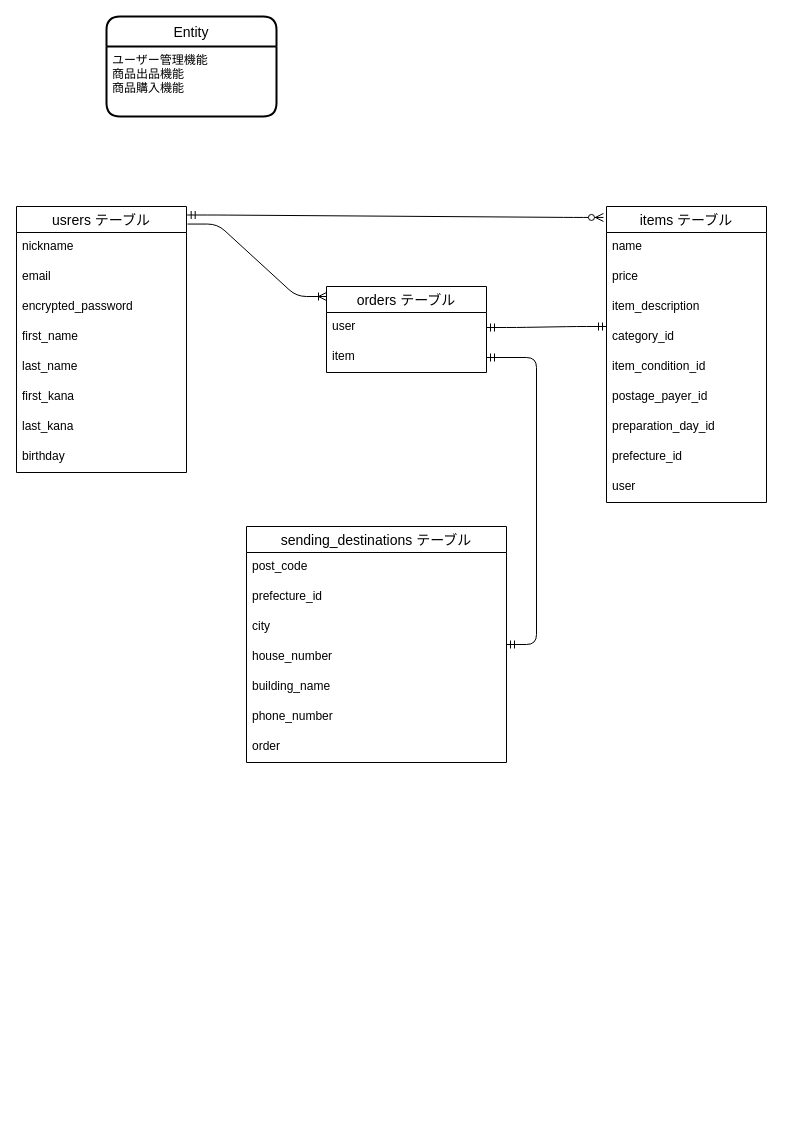
Above: furima-40469.dio in jones-2earth/furima-40469 (draw.io), before the change. Source tidied: cells renumbered, new cells numbered last; positions are measured from the earlier drawing's top-left corner, leaving out a move shared by most shapes. Both pictures are drawn from the tidied source at 100%, with x=0, y=0 at pixel (16, 16).
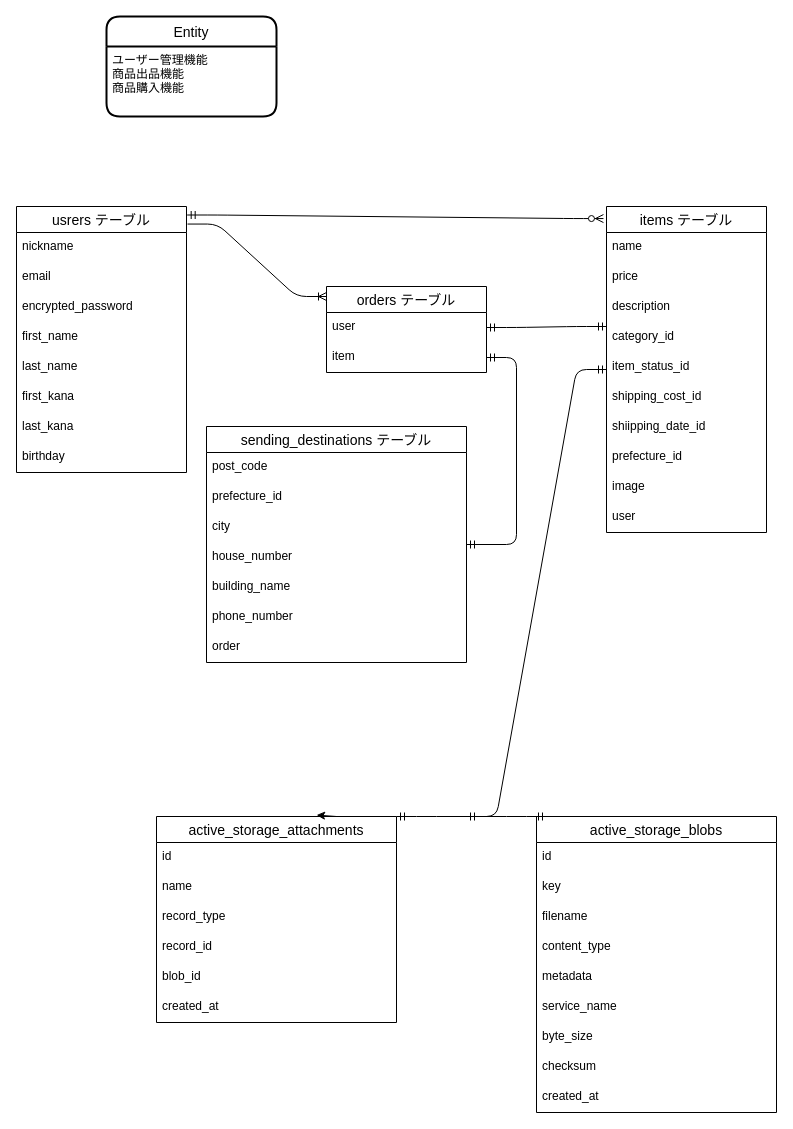
The same page after the edit.

Change to the diagram source:
```diff
@@
     <mxCell id="4" value="items テーブル" style="swimlane;fontStyle=0;horizontal=1;startSize=26;align=center;fontSize=14;" parent="1" vertex="1">
-      <mxGeometry x="590" y="190" width="160" height="296" as="geometry" />
+      <mxGeometry x="590" y="190" width="160" height="326" as="geometry" />
     </mxCell>
@@
-    <mxCell id="7" value="item_description" style="text;strokeColor=none;fillColor=none;spacingLeft=4;spacingRight=4;overflow=hidden;fontSize=12;" parent="4" vertex="1">
+    <mxCell id="7" value="description" style="text;strokeColor=none;fillColor=none;spacingLeft=4;spacingRight=4;overflow=hidden;fontSize=12;" parent="4" vertex="1">
       <mxGeometry y="86" width="160" height="30" as="geometry" />
     </mxCell>
@@
-    <mxCell id="9" value="item_condition_id" style="text;strokeColor=none;fillColor=none;spacingLeft=4;spacingRight=4;overflow=hidden;fontSize=12;" parent="4" vertex="1">
+    <mxCell id="9" value="item_status_id" style="text;strokeColor=none;fillColor=none;spacingLeft=4;spacingRight=4;overflow=hidden;fontSize=12;" parent="4" vertex="1">
       <mxGeometry y="146" width="160" height="30" as="geometry" />
     </mxCell>
-    <mxCell id="10" value="postage_payer_id" style="text;strokeColor=none;fillColor=none;spacingLeft=4;spacingRight=4;overflow=hidden;fontSize=12;" parent="4" vertex="1">
+    <mxCell id="10" value="shipping_cost_id" style="text;strokeColor=none;fillColor=none;spacingLeft=4;spacingRight=4;overflow=hidden;fontSize=12;" parent="4" vertex="1">
       <mxGeometry y="176" width="160" height="30" as="geometry" />
     </mxCell>
-    <mxCell id="11" value="preparation_day_id" style="text;strokeColor=none;fillColor=none;spacingLeft=4;spacingRight=4;overflow=hidden;fontSize=12;" parent="4" vertex="1">
+    <mxCell id="11" value="shiipping_date_id" style="text;strokeColor=none;fillColor=none;spacingLeft=4;spacingRight=4;overflow=hidden;fontSize=12;" parent="4" vertex="1">
       <mxGeometry y="206" width="160" height="30" as="geometry" />
     </mxCell>
@@
+    <mxCell id="38" value="image" style="text;strokeColor=none;fillColor=none;spacingLeft=4;spacingRight=4;overflow=hidden;fontSize=12;" parent="4" vertex="1">
+      <mxGeometry y="266" width="160" height="30" as="geometry" />
+    </mxCell>
     <mxCell id="13" value="user" style="text;strokeColor=none;fillColor=none;spacingLeft=4;spacingRight=4;overflow=hidden;fontSize=12;" parent="4" vertex="1">
-      <mxGeometry y="266" width="160" height="30" as="geometry" />
+      <mxGeometry y="296" width="160" height="30" as="geometry" />
     </mxCell>
@@
     <mxCell id="23" value="sending_destinations テーブル" style="swimlane;fontStyle=0;horizontal=1;startSize=26;align=center;fontSize=14;" parent="1" vertex="1">
-      <mxGeometry x="230" y="510" width="260" height="236" as="geometry" />
+      <mxGeometry x="190" y="410" width="260" height="236" as="geometry" />
     </mxCell>
@@
+    <mxCell id="39" value="active_storage_attachments" style="swimlane;fontStyle=0;horizontal=1;startSize=26;align=center;fontSize=14;" parent="1" vertex="1">
+      <mxGeometry x="140" y="800" width="240" height="206" as="geometry" />
+    </mxCell>
+    <mxCell id="40" value="id" style="text;strokeColor=none;fillColor=none;spacingLeft=4;spacingRight=4;overflow=hidden;fontSize=12;" parent="39" vertex="1">
+      <mxGeometry y="26" width="240" height="30" as="geometry" />
+    </mxCell>
+    <mxCell id="41" value="name" style="text;strokeColor=none;fillColor=none;spacingLeft=4;spacingRight=4;overflow=hidden;fontSize=12;" parent="39" vertex="1">
+      <mxGeometry y="56" width="240" height="30" as="geometry" />
+    </mxCell>
+    <mxCell id="42" value="record_type" style="text;strokeColor=none;fillColor=none;spacingLeft=4;spacingRight=4;overflow=hidden;fontSize=12;" parent="39" vertex="1">
+      <mxGeometry y="86" width="240" height="30" as="geometry" />
+    </mxCell>
+    <mxCell id="43" value="record_id" style="text;strokeColor=none;fillColor=none;spacingLeft=4;spacingRight=4;overflow=hidden;fontSize=12;" parent="39" vertex="1">
+      <mxGeometry y="116" width="240" height="30" as="geometry" />
+    </mxCell>
+    <mxCell id="44" value="blob_id" style="text;strokeColor=none;fillColor=none;spacingLeft=4;spacingRight=4;overflow=hidden;fontSize=12;" parent="39" vertex="1">
+      <mxGeometry y="146" width="240" height="30" as="geometry" />
+    </mxCell>
+    <mxCell id="45" value="created_at" style="text;strokeColor=none;fillColor=none;spacingLeft=4;spacingRight=4;overflow=hidden;fontSize=12;" parent="39" vertex="1">
+      <mxGeometry y="176" width="240" height="30" as="geometry" />
+    </mxCell>
+    <mxCell id="46" value="active_storage_blobs" style="swimlane;fontStyle=0;horizontal=1;startSize=26;align=center;fontSize=14;" parent="1" vertex="1">
+      <mxGeometry x="520" y="800" width="240" height="296" as="geometry" />
+    </mxCell>
+    <mxCell id="47" value="id" style="text;strokeColor=none;fillColor=none;spacingLeft=4;spacingRight=4;overflow=hidden;fontSize=12;" parent="46" vertex="1">
+      <mxGeometry y="26" width="240" height="30" as="geometry" />
+    </mxCell>
+    <mxCell id="48" value="key" style="text;strokeColor=none;fillColor=none;spacingLeft=4;spacingRight=4;overflow=hidden;fontSize=12;" parent="46" vertex="1">
+      <mxGeometry y="56" width="240" height="30" as="geometry" />
+    </mxCell>
+    <mxCell id="49" value="filename" style="text;strokeColor=none;fillColor=none;spacingLeft=4;spacingRight=4;overflow=hidden;fontSize=12;" parent="46" vertex="1">
+      <mxGeometry y="86" width="240" height="30" as="geometry" />
+    </mxCell>
+    <mxCell id="50" value="content_type" style="text;strokeColor=none;fillColor=none;spacingLeft=4;spacingRight=4;overflow=hidden;fontSize=12;" parent="46" vertex="1">
+      <mxGeometry y="116" width="240" height="30" as="geometry" />
+    </mxCell>
+    <mxCell id="51" value="metadata" style="text;strokeColor=none;fillColor=none;spacingLeft=4;spacingRight=4;overflow=hidden;fontSize=12;" parent="46" vertex="1">
+      <mxGeometry y="146" width="240" height="30" as="geometry" />
+    </mxCell>
+    <mxCell id="52" value="service_name" style="text;strokeColor=none;fillColor=none;spacingLeft=4;spacingRight=4;overflow=hidden;fontSize=12;" parent="46" vertex="1">
+      <mxGeometry y="176" width="240" height="30" as="geometry" />
+    </mxCell>
+    <mxCell id="53" value="byte_size" style="text;strokeColor=none;fillColor=none;spacingLeft=4;spacingRight=4;overflow=hidden;fontSize=12;" parent="46" vertex="1">
+      <mxGeometry y="206" width="240" height="30" as="geometry" />
+    </mxCell>
+    <mxCell id="54" value="checksum" style="text;strokeColor=none;fillColor=none;spacingLeft=4;spacingRight=4;overflow=hidden;fontSize=12;" parent="46" vertex="1">
+      <mxGeometry y="236" width="240" height="30" as="geometry" />
+    </mxCell>
+    <mxCell id="55" value="created_at" style="text;strokeColor=none;fillColor=none;spacingLeft=4;spacingRight=4;overflow=hidden;fontSize=12;" parent="46" vertex="1">
+      <mxGeometry y="266" width="240" height="30" as="geometry" />
+    </mxCell>
+    <mxCell id="56" style="edgeStyle=none;html=1;exitX=0.75;exitY=0;exitDx=0;exitDy=0;entryX=0.667;entryY=-0.007;entryDx=0;entryDy=0;entryPerimeter=0;" parent="1" edge="1" source="39" target="39">
+      <mxGeometry relative="1" as="geometry" />
+    </mxCell>
+    <mxCell id="57" style="edgeStyle=entityRelationEdgeStyle;fontSize=12;html=1;endArrow=ERmandOne;startArrow=ERmandOne;exitX=1;exitY=0;exitDx=0;exitDy=0;" parent="1" edge="1" source="39">
+      <mxGeometry relative="1" as="geometry">
+        <mxPoint x="530" y="800" as="targetPoint" />
+      </mxGeometry>
+    </mxCell>
+    <mxCell id="58" style="edgeStyle=entityRelationEdgeStyle;fontSize=12;html=1;endArrow=ERmandOne;startArrow=ERmandOne;" parent="1" edge="1" target="4">
+      <mxGeometry relative="1" as="geometry">
+        <mxPoint x="450" y="800" as="sourcePoint" />
+      </mxGeometry>
+    </mxCell>
```
